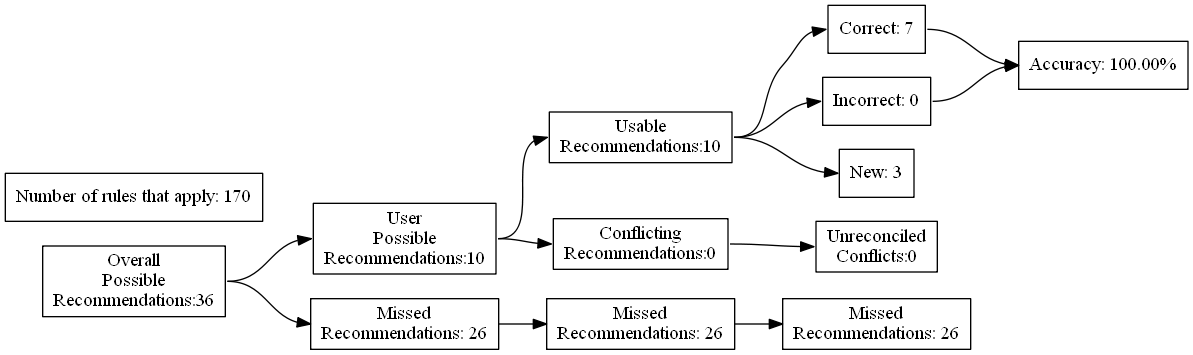
ZaxR/ibd_diet_analysis keeps this Graphviz diagram as test_renders/60.gv.png. Above is the earlier version. Its source is kept beside it as test_renders/60.gv. The source it was exported from:
```dot
digraph {
	graph [rankdir=LR]
	node [pos=r shape=box]
	edge [headport=w tailport=e]
		A [label="Overall
Possible
Recommendations:36"]
		B [label="User
Possible
Recommendations:10"]
		C [label="Missed
Recommendations: 26"]
		D [label="Usable
Recommendations:10"]
		E [label="Conflicting
Recommendations:0"]
		J [label="Missed
Recommendations: 26"]
		M [label="Unreconciled
Conflicts:0"]
		F [label="Correct: 7"]
		G [label="Incorrect: 0"]
		H [label="New: 3"]
		K [label="Missed
Recommendations: 26"]
		I [label="Accuracy: 100.00%"]
		l [label="Number of rules that apply: 170"]
			A -> B
			A -> C
			B -> D
			B -> E
			D -> F
			D -> G
			D -> H
			F -> I
			G -> I
			C -> J
			J -> K
			E -> M
}
```
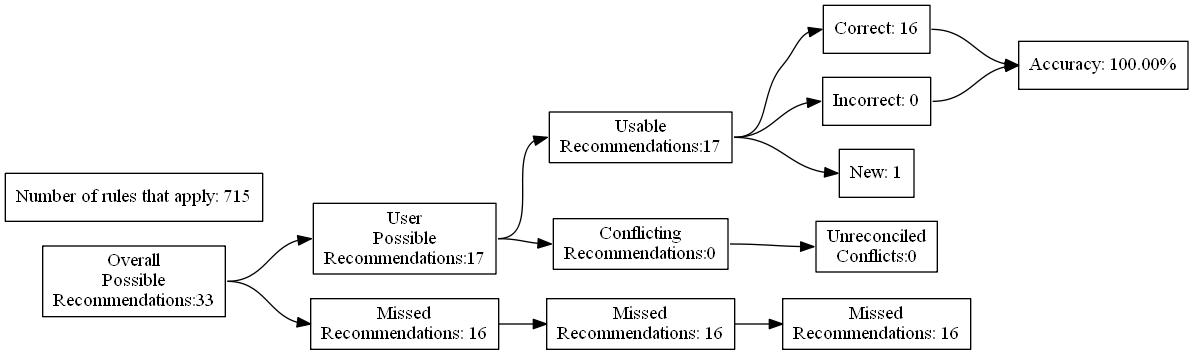
Later version of the same file.

The edit, as a diff of the source:
```diff
@@ -4,27 +4,27 @@
 	edge [headport=w tailport=e]
 		A [label="Overall
 Possible
-Recommendations:36"]
+Recommendations:33"]
 		B [label="User
 Possible
-Recommendations:10"]
+Recommendations:17"]
 		C [label="Missed
-Recommendations: 26"]
+Recommendations: 16"]
 		D [label="Usable
-Recommendations:10"]
+Recommendations:17"]
 		E [label="Conflicting
 Recommendations:0"]
 		J [label="Missed
-Recommendations: 26"]
+Recommendations: 16"]
 		M [label="Unreconciled
 Conflicts:0"]
-		F [label="Correct: 7"]
+		F [label="Correct: 16"]
 		G [label="Incorrect: 0"]
-		H [label="New: 3"]
+		H [label="New: 1"]
 		K [label="Missed
-Recommendations: 26"]
+Recommendations: 16"]
 		I [label="Accuracy: 100.00%"]
-		l [label="Number of rules that apply: 170"]
+		l [label="Number of rules that apply: 715"]
 			A -> B
 			A -> C
 			B -> D
```
